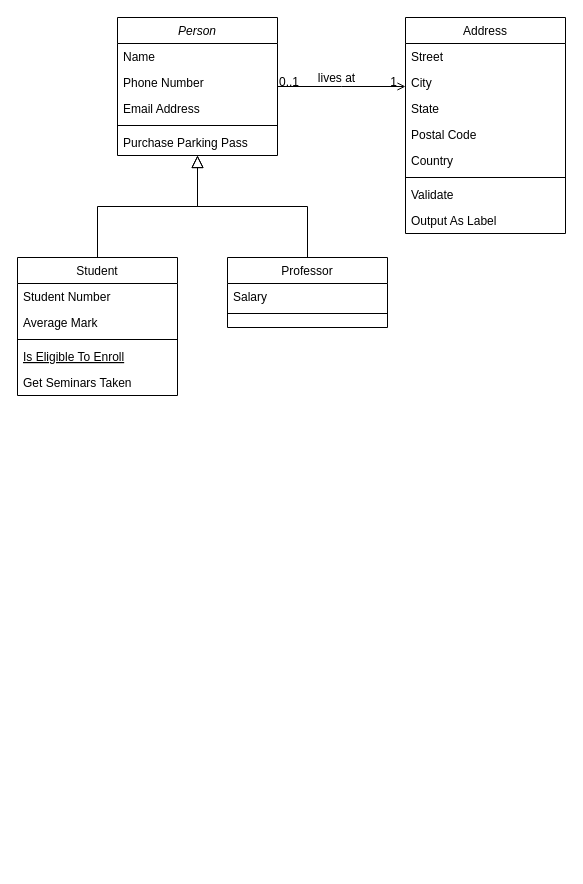
The draw.io diagram Diagrama de Classes.drawio in ronaldoottoni/Cobol, before the edit. Source tidied: cells renumbered, new cells numbered last; positions are measured from the earlier drawing's top-left corner, leaving out a move shared by most shapes. Both pictures are drawn from the tidied source at 100%, with x=0, y=0 at pixel (17, 17).
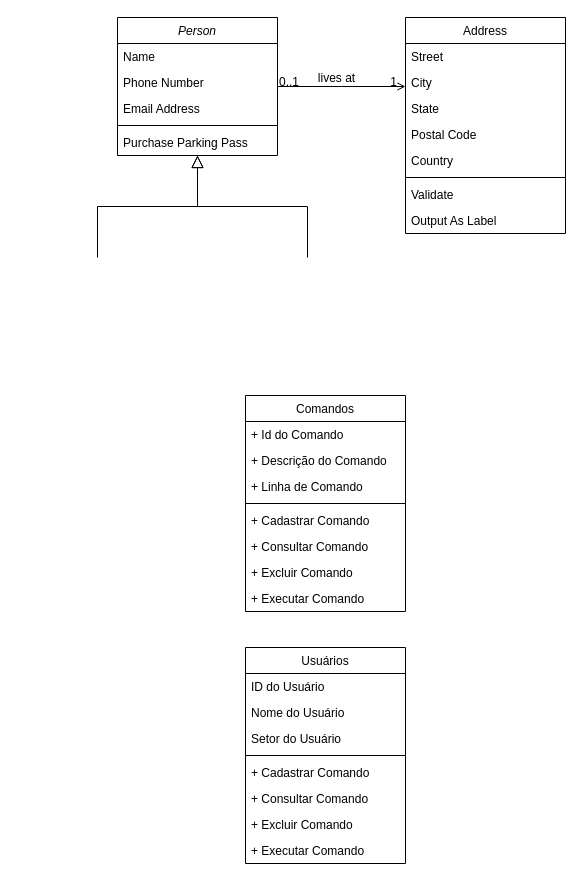
The same diagram, later.

The change refers to these unchanged cells:
```xml
<mxCell id="2" value="Person" style="swimlane;fontStyle=2;align=center;verticalAlign=top;horizontal=1;startSize=26;rounded=0;shadow=0;strokeWidth=1;" parent="1" vertex="1">
  <mxGeometry x="100" width="160" height="138" as="geometry" />
</mxCell>
```

The edit, as a diff of the source:
```diff
@@
-    <mxCell id="8" value="Student" style="swimlane;fontStyle=0;align=center;verticalAlign=top;horizontal=1;startSize=26;rounded=0;shadow=0;strokeWidth=1;" parent="1" vertex="1">
-      <mxGeometry y="240" width="160" height="138" as="geometry" />
-    </mxCell>
-    <mxCell id="9" value="Student Number" style="text;align=left;verticalAlign=top;spacingLeft=4;spacingRight=4;overflow=hidden;" parent="8" vertex="1">
-      <mxGeometry y="26" width="160" height="26" as="geometry" />
-    </mxCell>
-    <mxCell id="10" value="Average Mark" style="text;align=left;verticalAlign=top;spacingLeft=4;spacingRight=4;overflow=hidden;rounded=0;shadow=0;html=0;" parent="8" vertex="1">
-      <mxGeometry y="52" width="160" height="26" as="geometry" />
-    </mxCell>
-    <mxCell id="11" style="line;html=1;strokeWidth=1;align=left;verticalAlign=middle;spacingTop=-1;spacingLeft=3;spacingRight=3;labelPosition=right;" parent="8" vertex="1">
-      <mxGeometry y="78" width="160" height="8" as="geometry" />
-    </mxCell>
-    <mxCell id="12" value="Is Eligible To Enroll" style="text;align=left;verticalAlign=top;spacingLeft=4;spacingRight=4;overflow=hidden;fontStyle=4;" parent="8" vertex="1">
-      <mxGeometry y="86" width="160" height="26" as="geometry" />
-    </mxCell>
-    <mxCell id="13" value="Get Seminars Taken" style="text;align=left;verticalAlign=top;spacingLeft=4;spacingRight=4;overflow=hidden;" parent="8" vertex="1">
-      <mxGeometry y="112" width="160" height="26" as="geometry" />
-    </mxCell>
-    <mxCell id="14" style="endArrow=block;endSize=10;endFill=0;shadow=0;strokeWidth=1;rounded=0;edgeStyle=elbowEdgeStyle;elbow=vertical;" parent="1" edge="1" source="8" target="2">
-      <mxGeometry relative="1" as="geometry" />
+    <mxCell id="14" style="endArrow=block;endSize=10;endFill=0;shadow=0;strokeWidth=1;rounded=0;edgeStyle=elbowEdgeStyle;elbow=vertical;" parent="1" edge="1" target="2">
+      <mxGeometry relative="1" as="geometry">
+        <mxPoint x="80" y="240" as="sourcePoint" />
+      </mxGeometry>
     </mxCell>
-    <mxCell id="15" value="Professor" style="swimlane;fontStyle=0;align=center;verticalAlign=top;horizontal=1;startSize=26;rounded=0;shadow=0;strokeWidth=1;" parent="1" vertex="1">
-      <mxGeometry x="210" y="240" width="160" height="70" as="geometry" />
-    </mxCell>
-    <mxCell id="16" value="Salary" style="text;align=left;verticalAlign=top;spacingLeft=4;spacingRight=4;overflow=hidden;" parent="15" vertex="1">
-      <mxGeometry y="26" width="160" height="26" as="geometry" />
-    </mxCell>
-    <mxCell id="17" style="line;html=1;strokeWidth=1;align=left;verticalAlign=middle;spacingTop=-1;spacingLeft=3;spacingRight=3;labelPosition=right;" parent="15" vertex="1">
-      <mxGeometry y="52" width="160" height="8" as="geometry" />
-    </mxCell>
-    <mxCell id="18" style="endArrow=block;endSize=10;endFill=0;shadow=0;strokeWidth=1;rounded=0;edgeStyle=elbowEdgeStyle;elbow=vertical;" parent="1" edge="1" source="15" target="2">
-      <mxGeometry relative="1" as="geometry" />
+    <mxCell id="18" style="endArrow=block;endSize=10;endFill=0;shadow=0;strokeWidth=1;rounded=0;edgeStyle=elbowEdgeStyle;elbow=vertical;" parent="1" edge="1" target="2">
+      <mxGeometry relative="1" as="geometry">
+        <mxPoint x="290" y="240" as="sourcePoint" />
+      </mxGeometry>
     </mxCell>
@@
+    <mxCell id="32" value="Comandos" style="swimlane;fontStyle=0;align=center;verticalAlign=top;horizontal=1;startSize=26;rounded=0;shadow=0;strokeWidth=1;" parent="1" vertex="1">
+      <mxGeometry x="228" y="378" width="160" height="216" as="geometry" />
+    </mxCell>
+    <mxCell id="33" value="+ Id do Comando" style="text;align=left;verticalAlign=top;spacingLeft=4;spacingRight=4;overflow=hidden;" parent="32" vertex="1">
+      <mxGeometry y="26" width="160" height="26" as="geometry" />
+    </mxCell>
+    <mxCell id="34" value="+ Descrição do Comando" style="text;align=left;verticalAlign=top;spacingLeft=4;spacingRight=4;overflow=hidden;rounded=0;shadow=0;html=0;" parent="32" vertex="1">
+      <mxGeometry y="52" width="160" height="26" as="geometry" />
+    </mxCell>
+    <mxCell id="35" value="+ Linha de Comando" style="text;align=left;verticalAlign=top;spacingLeft=4;spacingRight=4;overflow=hidden;rounded=0;shadow=0;html=0;" parent="32" vertex="1">
+      <mxGeometry y="78" width="160" height="26" as="geometry" />
+    </mxCell>
+    <mxCell id="36" style="line;html=1;strokeWidth=1;align=left;verticalAlign=middle;spacingTop=-1;spacingLeft=3;spacingRight=3;labelPosition=right;" parent="32" vertex="1">
+      <mxGeometry y="104" width="160" height="8" as="geometry" />
+    </mxCell>
+    <mxCell id="37" value="+ Cadastrar Comando" style="text;align=left;verticalAlign=top;spacingLeft=4;spacingRight=4;overflow=hidden;fontStyle=0;" parent="32" vertex="1">
+      <mxGeometry y="112" width="160" height="26" as="geometry" />
+    </mxCell>
+    <mxCell id="38" value="+ Consultar Comando" style="text;align=left;verticalAlign=top;spacingLeft=4;spacingRight=4;overflow=hidden;" parent="32" vertex="1">
+      <mxGeometry y="138" width="160" height="26" as="geometry" />
+    </mxCell>
+    <mxCell id="39" value="+ Excluir Comando" style="text;align=left;verticalAlign=top;spacingLeft=4;spacingRight=4;overflow=hidden;" parent="32" vertex="1">
+      <mxGeometry y="164" width="160" height="26" as="geometry" />
+    </mxCell>
+    <mxCell id="40" value="+ Executar Comando" style="text;align=left;verticalAlign=top;spacingLeft=4;spacingRight=4;overflow=hidden;" parent="32" vertex="1">
+      <mxGeometry y="190" width="160" height="26" as="geometry" />
+    </mxCell>
+    <mxCell id="41" value="Usuários" style="swimlane;fontStyle=0;align=center;verticalAlign=top;horizontal=1;startSize=26;rounded=0;shadow=0;strokeWidth=1;" parent="1" vertex="1">
+      <mxGeometry x="228" y="630" width="160" height="216" as="geometry" />
+    </mxCell>
+    <mxCell id="42" value="ID do Usuário" style="text;align=left;verticalAlign=top;spacingLeft=4;spacingRight=4;overflow=hidden;" parent="41" vertex="1">
+      <mxGeometry y="26" width="160" height="26" as="geometry" />
+    </mxCell>
+    <mxCell id="43" value="Nome do Usuário" style="text;align=left;verticalAlign=top;spacingLeft=4;spacingRight=4;overflow=hidden;rounded=0;shadow=0;html=0;" parent="41" vertex="1">
+      <mxGeometry y="52" width="160" height="26" as="geometry" />
+    </mxCell>
+    <mxCell id="44" value="Setor do Usuário" style="text;align=left;verticalAlign=top;spacingLeft=4;spacingRight=4;overflow=hidden;rounded=0;shadow=0;html=0;" parent="41" vertex="1">
+      <mxGeometry y="78" width="160" height="26" as="geometry" />
+    </mxCell>
+    <mxCell id="45" style="line;html=1;strokeWidth=1;align=left;verticalAlign=middle;spacingTop=-1;spacingLeft=3;spacingRight=3;labelPosition=right;" parent="41" vertex="1">
+      <mxGeometry y="104" width="160" height="8" as="geometry" />
+    </mxCell>
+    <mxCell id="46" value="+ Cadastrar Comando" style="text;align=left;verticalAlign=top;spacingLeft=4;spacingRight=4;overflow=hidden;fontStyle=0;" parent="41" vertex="1">
+      <mxGeometry y="112" width="160" height="26" as="geometry" />
+    </mxCell>
+    <mxCell id="47" value="+ Consultar Comando" style="text;align=left;verticalAlign=top;spacingLeft=4;spacingRight=4;overflow=hidden;" parent="41" vertex="1">
+      <mxGeometry y="138" width="160" height="26" as="geometry" />
+    </mxCell>
+    <mxCell id="48" value="+ Excluir Comando" style="text;align=left;verticalAlign=top;spacingLeft=4;spacingRight=4;overflow=hidden;" parent="41" vertex="1">
+      <mxGeometry y="164" width="160" height="26" as="geometry" />
+    </mxCell>
+    <mxCell id="49" value="+ Executar Comando" style="text;align=left;verticalAlign=top;spacingLeft=4;spacingRight=4;overflow=hidden;" parent="41" vertex="1">
+      <mxGeometry y="190" width="160" height="26" as="geometry" />
+    </mxCell>
```
